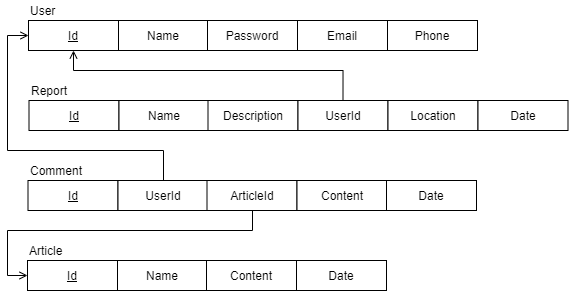
guilhermewerner/ti2 keeps this draw.io diagram as Documentation/DSC-Sprint-2.png. Above is the earlier version. Source tidied: cells renumbered, new cells last; positions are measured from the earlier drawing's top-left corner, leaving out a move shared by most shapes. The source it was exported from:
```xml
<mxGraphModel>
  <root>
    <mxCell id="0" />
    <mxCell id="1" parent="0" />
    <mxCell id="2" style="edgeStyle=orthogonalEdgeStyle;rounded=0;jettySize=auto;html=1;entryX=0.5;entryY=0;entryDx=0;entryDy=0;fontSize=16;endArrow=none;endFill=0;startArrow=open;startFill=0;" parent="1" edge="1" source="4" target="19">
      <mxGeometry relative="1" as="geometry">
        <Array as="points">
          <mxPoint y="35" />
          <mxPoint y="150" />
          <mxPoint x="156" y="150" />
          <mxPoint x="156" y="180" />
        </Array>
      </mxGeometry>
    </mxCell>
    <mxCell id="3" style="edgeStyle=orthogonalEdgeStyle;rounded=0;jettySize=auto;html=1;entryX=0.5;entryY=0;entryDx=0;entryDy=0;fontSize=16;endArrow=none;endFill=0;startArrow=open;startFill=0;" parent="1" edge="1" source="4" target="14">
      <mxGeometry relative="1" as="geometry">
        <Array as="points">
          <mxPoint x="66" y="70" />
          <mxPoint x="336" y="70" />
        </Array>
      </mxGeometry>
    </mxCell>
    <mxCell id="4" value="&lt;u&gt;Id&lt;/u&gt;" style="rounded=0;whiteSpace=wrap;html=1;" parent="1" vertex="1">
      <mxGeometry x="21" y="20" width="90" height="30" as="geometry" />
    </mxCell>
    <mxCell id="5" value="User" style="text;html=1;strokeColor=none;fillColor=none;align=left;verticalAlign=middle;whiteSpace=wrap;rounded=0;" parent="1" vertex="1">
      <mxGeometry x="21" width="90" height="20" as="geometry" />
    </mxCell>
    <mxCell id="6" value="Name" style="rounded=0;whiteSpace=wrap;html=1;" parent="1" vertex="1">
      <mxGeometry x="111" y="20" width="90" height="30" as="geometry" />
    </mxCell>
    <mxCell id="7" value="Password" style="rounded=0;whiteSpace=wrap;html=1;" parent="1" vertex="1">
      <mxGeometry x="200" y="20" width="90" height="30" as="geometry" />
    </mxCell>
    <mxCell id="8" value="Email" style="rounded=0;whiteSpace=wrap;html=1;" parent="1" vertex="1">
      <mxGeometry x="290" y="20" width="90" height="30" as="geometry" />
    </mxCell>
    <mxCell id="9" value="Phone" style="rounded=0;whiteSpace=wrap;html=1;" parent="1" vertex="1">
      <mxGeometry x="380" y="20" width="90" height="30" as="geometry" />
    </mxCell>
    <mxCell id="10" value="&lt;u&gt;Id&lt;/u&gt;" style="rounded=0;whiteSpace=wrap;html=1;" parent="1" vertex="1">
      <mxGeometry x="21.5" y="100" width="90" height="30" as="geometry" />
    </mxCell>
    <mxCell id="11" value="Report" style="text;html=1;strokeColor=none;fillColor=none;align=left;verticalAlign=middle;whiteSpace=wrap;rounded=0;" parent="1" vertex="1">
      <mxGeometry x="21.5" y="80" width="90" height="20" as="geometry" />
    </mxCell>
    <mxCell id="12" value="Name" style="rounded=0;whiteSpace=wrap;html=1;" parent="1" vertex="1">
      <mxGeometry x="111.5" y="100" width="90" height="30" as="geometry" />
    </mxCell>
    <mxCell id="13" value="Description" style="rounded=0;whiteSpace=wrap;html=1;" parent="1" vertex="1">
      <mxGeometry x="200.5" y="100" width="90" height="30" as="geometry" />
    </mxCell>
    <mxCell id="14" value="UserId" style="rounded=0;whiteSpace=wrap;html=1;" parent="1" vertex="1">
      <mxGeometry x="290.5" y="100" width="90" height="30" as="geometry" />
    </mxCell>
    <mxCell id="15" value="Location" style="rounded=0;whiteSpace=wrap;html=1;" parent="1" vertex="1">
      <mxGeometry x="380.5" y="100" width="90" height="30" as="geometry" />
    </mxCell>
    <mxCell id="16" value="Date" style="rounded=0;whiteSpace=wrap;html=1;" parent="1" vertex="1">
      <mxGeometry x="470.5" y="100" width="90" height="30" as="geometry" />
    </mxCell>
    <mxCell id="17" value="&lt;u&gt;Id&lt;/u&gt;" style="rounded=0;whiteSpace=wrap;html=1;" parent="1" vertex="1">
      <mxGeometry x="20.5" y="180" width="90" height="30" as="geometry" />
    </mxCell>
    <mxCell id="18" value="Comment" style="text;html=1;strokeColor=none;fillColor=none;align=left;verticalAlign=middle;whiteSpace=wrap;rounded=0;" parent="1" vertex="1">
      <mxGeometry x="20.5" y="160" width="90" height="20" as="geometry" />
    </mxCell>
    <mxCell id="19" value="UserId" style="rounded=0;whiteSpace=wrap;html=1;" parent="1" vertex="1">
      <mxGeometry x="110.5" y="180" width="90" height="30" as="geometry" />
    </mxCell>
    <mxCell id="20" value="ArticleId" style="rounded=0;whiteSpace=wrap;html=1;" parent="1" vertex="1">
      <mxGeometry x="199.5" y="180" width="90" height="30" as="geometry" />
    </mxCell>
    <mxCell id="21" value="Content" style="rounded=0;whiteSpace=wrap;html=1;" parent="1" vertex="1">
      <mxGeometry x="289.5" y="180" width="90" height="30" as="geometry" />
    </mxCell>
    <mxCell id="22" style="edgeStyle=orthogonalEdgeStyle;rounded=0;jettySize=auto;html=1;entryX=0.5;entryY=1;entryDx=0;entryDy=0;fontSize=16;endFill=0;endArrow=none;startFill=0;startArrow=open;" parent="1" edge="1" source="23" target="20">
      <mxGeometry relative="1" as="geometry">
        <Array as="points">
          <mxPoint y="275" />
          <mxPoint y="230" />
          <mxPoint x="245" y="230" />
          <mxPoint x="245" y="210" />
        </Array>
      </mxGeometry>
    </mxCell>
    <mxCell id="23" value="&lt;u&gt;Id&lt;/u&gt;" style="rounded=0;whiteSpace=wrap;html=1;" parent="1" vertex="1">
      <mxGeometry x="20" y="260" width="90" height="30" as="geometry" />
    </mxCell>
    <mxCell id="24" value="Article" style="text;html=1;strokeColor=none;fillColor=none;align=left;verticalAlign=middle;whiteSpace=wrap;rounded=0;" parent="1" vertex="1">
      <mxGeometry x="20" y="240" width="90" height="20" as="geometry" />
    </mxCell>
    <mxCell id="25" value="Name" style="rounded=0;whiteSpace=wrap;html=1;" parent="1" vertex="1">
      <mxGeometry x="110" y="260" width="90" height="30" as="geometry" />
    </mxCell>
    <mxCell id="26" value="Content" style="rounded=0;whiteSpace=wrap;html=1;" parent="1" vertex="1">
      <mxGeometry x="199" y="260" width="90" height="30" as="geometry" />
    </mxCell>
    <mxCell id="27" value="Date" style="rounded=0;whiteSpace=wrap;html=1;" parent="1" vertex="1">
      <mxGeometry x="289" y="260" width="90" height="30" as="geometry" />
    </mxCell>
    <mxCell id="28" value="Date" style="rounded=0;whiteSpace=wrap;html=1;" parent="1" vertex="1">
      <mxGeometry x="379" y="180" width="90" height="30" as="geometry" />
    </mxCell>
  </root>
</mxGraphModel>
```
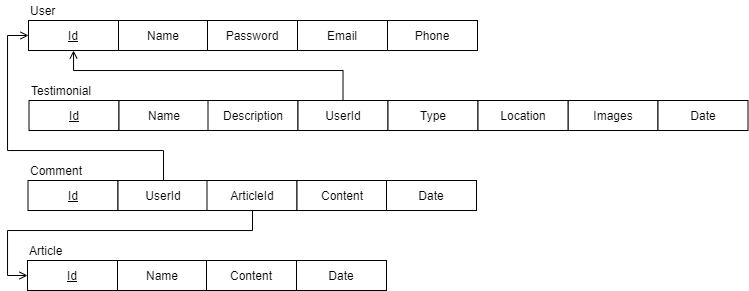
Later version of the same file.

Diff of the diagram source:
```diff
@@ -41,7 +41,7 @@
     <mxCell id="10" value="&lt;u&gt;Id&lt;/u&gt;" style="rounded=0;whiteSpace=wrap;html=1;" parent="1" vertex="1">
       <mxGeometry x="21.5" y="100" width="90" height="30" as="geometry" />
     </mxCell>
-    <mxCell id="11" value="Report" style="text;html=1;strokeColor=none;fillColor=none;align=left;verticalAlign=middle;whiteSpace=wrap;rounded=0;" parent="1" vertex="1">
+    <mxCell id="11" value="&lt;span style=&quot;text-align: center&quot;&gt;Testimonial&lt;/span&gt;" style="text;html=1;strokeColor=none;fillColor=none;align=left;verticalAlign=middle;whiteSpace=wrap;rounded=0;" parent="1" vertex="1">
       <mxGeometry x="21.5" y="80" width="90" height="20" as="geometry" />
     </mxCell>
     <mxCell id="12" value="Name" style="rounded=0;whiteSpace=wrap;html=1;" parent="1" vertex="1">
@@ -53,11 +53,11 @@
     <mxCell id="14" value="UserId" style="rounded=0;whiteSpace=wrap;html=1;" parent="1" vertex="1">
       <mxGeometry x="290.5" y="100" width="90" height="30" as="geometry" />
     </mxCell>
-    <mxCell id="15" value="Location" style="rounded=0;whiteSpace=wrap;html=1;" parent="1" vertex="1">
-      <mxGeometry x="380.5" y="100" width="90" height="30" as="geometry" />
+    <mxCell id="15" value="Images" style="rounded=0;whiteSpace=wrap;html=1;" parent="1" vertex="1">
+      <mxGeometry x="560.5" y="100" width="90" height="30" as="geometry" />
     </mxCell>
     <mxCell id="16" value="Date" style="rounded=0;whiteSpace=wrap;html=1;" parent="1" vertex="1">
-      <mxGeometry x="470.5" y="100" width="90" height="30" as="geometry" />
+      <mxGeometry x="650.5" y="100" width="90" height="30" as="geometry" />
     </mxCell>
     <mxCell id="17" value="&lt;u&gt;Id&lt;/u&gt;" style="rounded=0;whiteSpace=wrap;html=1;" parent="1" vertex="1">
       <mxGeometry x="20.5" y="180" width="90" height="30" as="geometry" />
@@ -102,5 +102,11 @@
     <mxCell id="28" value="Date" style="rounded=0;whiteSpace=wrap;html=1;" parent="1" vertex="1">
       <mxGeometry x="379" y="180" width="90" height="30" as="geometry" />
     </mxCell>
+    <mxCell id="29" value="Type" style="rounded=0;whiteSpace=wrap;html=1;" parent="1" vertex="1">
+      <mxGeometry x="380.5" y="100" width="90" height="30" as="geometry" />
+    </mxCell>
+    <mxCell id="30" value="Location" style="rounded=0;whiteSpace=wrap;html=1;" parent="1" vertex="1">
+      <mxGeometry x="470.5" y="100" width="90" height="30" as="geometry" />
+    </mxCell>
   </root>
 </mxGraphModel>
```
